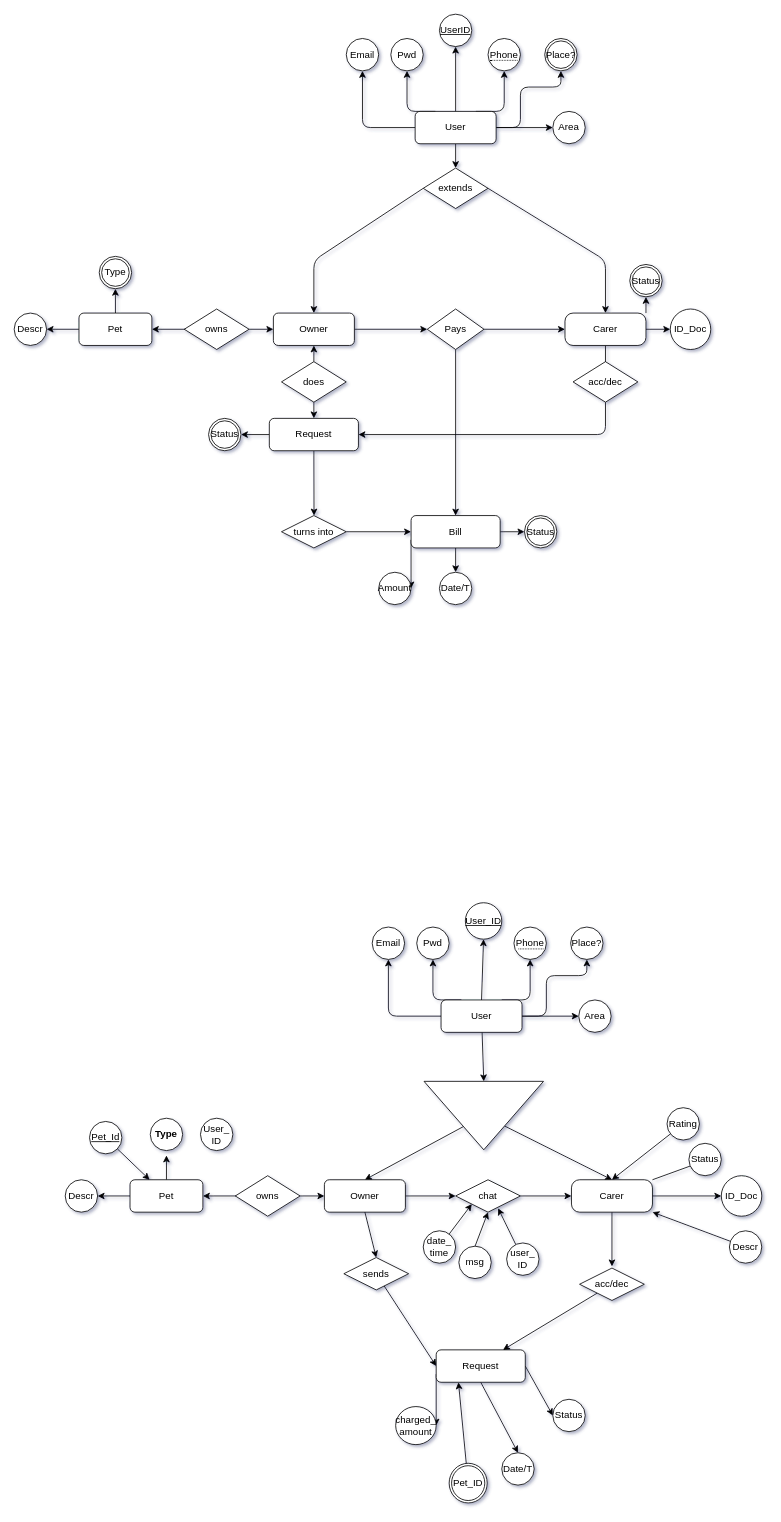
The draw.io diagram Docs/DB/entidad-realcion.drawio in iagogonzalezborines/MascoTier_Project, before the edit. Source tidied: cells renumbered, new cells numbered last; positions are measured from the earlier drawing's top-left corner, leaving out a move shared by most shapes. Both pictures are drawn from the tidied source at 81%, with x=0, y=0 at pixel (14, 14).
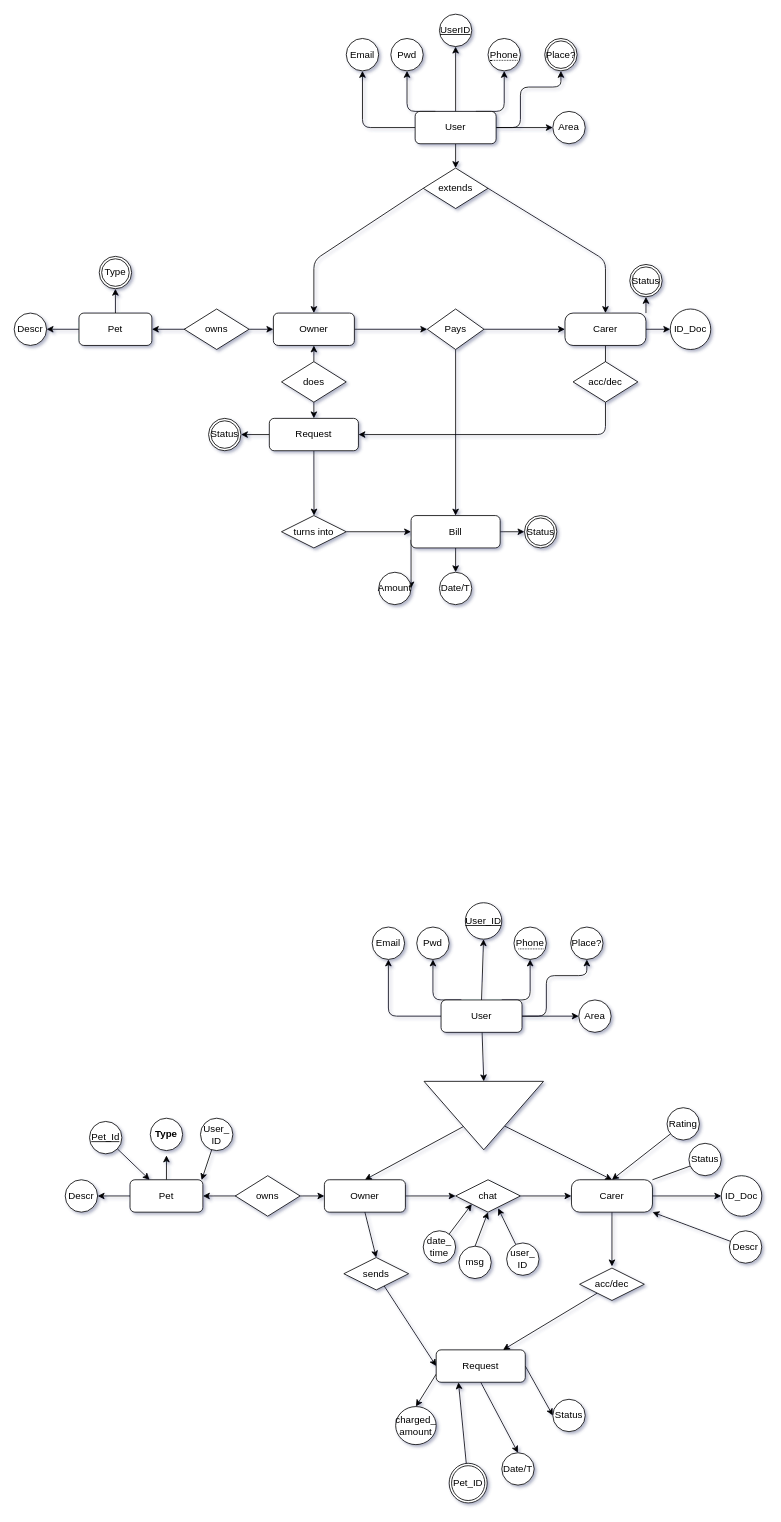
Above is the later version.

The change refers to these unchanged cells:
```xml
<mxCell id="79" value="Pet" style="rounded=1;whiteSpace=wrap;html=1;" parent="1" vertex="1">
  <mxGeometry x="143" y="1439" width="90" height="40" as="geometry" />
</mxCell>
<mxCell id="92" value="Request" style="rounded=1;whiteSpace=wrap;html=1;" parent="1" vertex="1">
  <mxGeometry x="521" y="1649" width="110" height="40" as="geometry" />
</mxCell>
<mxCell id="94" value="charged_&lt;br&gt;amount" style="ellipse;whiteSpace=wrap;html=1;" parent="1" vertex="1">
  <mxGeometry x="471" y="1719" width="50" height="47" as="geometry" />
</mxCell>
<mxCell id="117" value="User_&lt;br&gt;ID" style="ellipse;whiteSpace=wrap;html=1;" parent="1" vertex="1">
  <mxGeometry x="230" y="1363" width="40" height="40" as="geometry" />
</mxCell>
```

Change to the diagram source:
```diff
@@
-    <mxCell id="91" style="edgeStyle=none;html=1;exitX=0;exitY=0.75;exitDx=0;exitDy=0;entryX=1;entryY=0.5;entryDx=0;entryDy=0;" parent="1" edge="1" source="92" target="94">
+    <mxCell id="91" style="edgeStyle=none;html=1;exitX=0;exitY=0.75;exitDx=0;exitDy=0;entryX=0.5;entryY=0;entryDx=0;entryDy=0;" parent="1" edge="1" source="92" target="94">
       <mxGeometry relative="1" as="geometry" />
     </mxCell>
@@
+    <mxCell id="118" style="edgeStyle=none;html=1;entryX=0.982;entryY=0.012;entryDx=0;entryDy=0;entryPerimeter=0;" parent="1" edge="1" source="117" target="79">
+      <mxGeometry relative="1" as="geometry" />
+    </mxCell>
```
